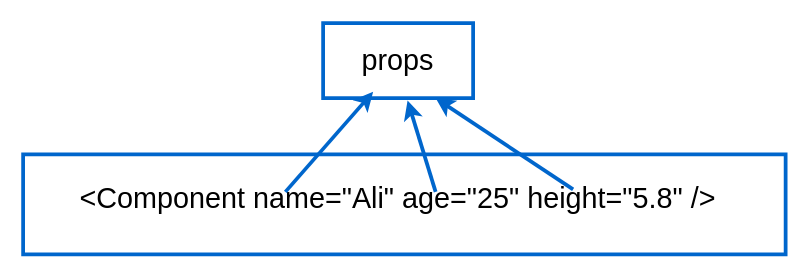
This is draw_io/props.drawio from arsibux/react-app, a draw.io file, before an edit. Source tidied: cells renumbered, new cells numbered last; positions are measured from the earlier drawing's top-left corner, leaving out a move shared by most shapes. Both pictures are drawn from the tidied source at 125%, with x=0, y=0 at pixel (22, 22).
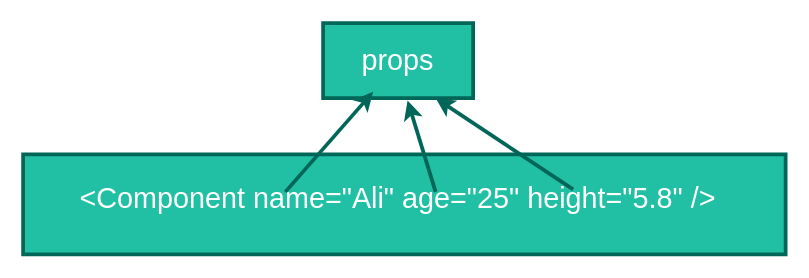
Above is the later version.

Diff of the diagram source:
```diff
@@
 <mxGraphModel>
   <root>
     <mxCell id="0" />
     <mxCell id="1" parent="0" />
-    <mxCell id="2" style="rounded=0;whiteSpace=wrap;html=1;strokeWidth=3;strokeColor=#0066CC;" parent="1" vertex="1">
+    <mxCell id="2" style="rounded=0;whiteSpace=wrap;html=1;strokeWidth=3;strokeColor=#006658;fillColor=#21C0A5;fontColor=#5C5C5C;" parent="1" vertex="1">
       <mxGeometry y="105" width="610" height="80" as="geometry" />
     </mxCell>
-    <mxCell id="3" value="&lt;font style=&quot;font-size: 23px;&quot;&gt;&amp;lt;Component name=&quot;Ali&quot; age=&quot;25&quot; height=&quot;5.8&quot; /&amp;gt;&lt;/font&gt;" style="text;html=1;strokeColor=none;fillColor=none;align=center;verticalAlign=middle;whiteSpace=wrap;rounded=0;" parent="1" vertex="1">
+    <mxCell id="3" value="&lt;font style=&quot;font-size: 23px;&quot;&gt;&amp;lt;Component name=&quot;Ali&quot; age=&quot;25&quot; height=&quot;5.8&quot; /&amp;gt;&lt;/font&gt;" style="text;html=1;strokeColor=none;fillColor=none;align=center;verticalAlign=middle;whiteSpace=wrap;rounded=0;fontColor=#FFFFFF;" parent="1" vertex="1">
       <mxGeometry x="20" y="125" width="560" height="30" as="geometry" />
     </mxCell>
-    <mxCell id="4" value="props" style="whiteSpace=wrap;html=1;fontSize=23;strokeWidth=3;strokeColor=#0066CC;" parent="1" vertex="1">
+    <mxCell id="4" value="props" style="whiteSpace=wrap;html=1;fontSize=23;strokeWidth=3;strokeColor=#006658;fillColor=#21C0A5;fontColor=#FFFFFF;" parent="1" vertex="1">
       <mxGeometry x="240" width="120" height="60" as="geometry" />
     </mxCell>
-    <mxCell id="5" style="endArrow=classic;html=1;rounded=0;fontSize=23;entryX=0.75;entryY=1;entryDx=0;entryDy=0;strokeWidth=3;strokeColor=#0066CC;" parent="1" edge="1" target="4">
+    <mxCell id="5" style="endArrow=classic;html=1;rounded=0;fontSize=23;entryX=0.75;entryY=1;entryDx=0;entryDy=0;strokeWidth=3;strokeColor=#006658;fontColor=#5C5C5C;" parent="1" edge="1" target="4">
       <mxGeometry relative="1" as="geometry">
         <mxPoint x="440" y="133" as="sourcePoint" />
       </mxGeometry>
     </mxCell>
-    <mxCell id="6" style="endArrow=classic;html=1;rounded=0;fontSize=23;exitX=0.321;exitY=0.333;exitDx=0;exitDy=0;exitPerimeter=0;strokeWidth=3;strokeColor=#0066CC;" parent="1" edge="1">
+    <mxCell id="6" style="endArrow=classic;html=1;rounded=0;fontSize=23;exitX=0.321;exitY=0.333;exitDx=0;exitDy=0;exitPerimeter=0;strokeWidth=3;strokeColor=#006658;fontColor=#5C5C5C;" parent="1" edge="1">
       <mxGeometry relative="1" as="geometry">
         <mxPoint x="209.8" y="135" as="sourcePoint" />
         <mxPoint x="280" y="55" as="targetPoint" />
       </mxGeometry>
     </mxCell>
-    <mxCell id="7" style="endArrow=classic;html=1;rounded=0;fontSize=23;entryX=0.563;entryY=1.032;entryDx=0;entryDy=0;entryPerimeter=0;strokeWidth=3;strokeColor=#0066CC;" parent="1" edge="1" target="4">
+    <mxCell id="7" style="endArrow=classic;html=1;rounded=0;fontSize=23;entryX=0.563;entryY=1.032;entryDx=0;entryDy=0;entryPerimeter=0;strokeWidth=3;strokeColor=#006658;fontColor=#5C5C5C;" parent="1" edge="1" target="4">
       <mxGeometry relative="1" as="geometry">
         <mxPoint x="330" y="135" as="sourcePoint" />
       </mxGeometry>
     </mxCell>
   </root>
 </mxGraphModel>
```
